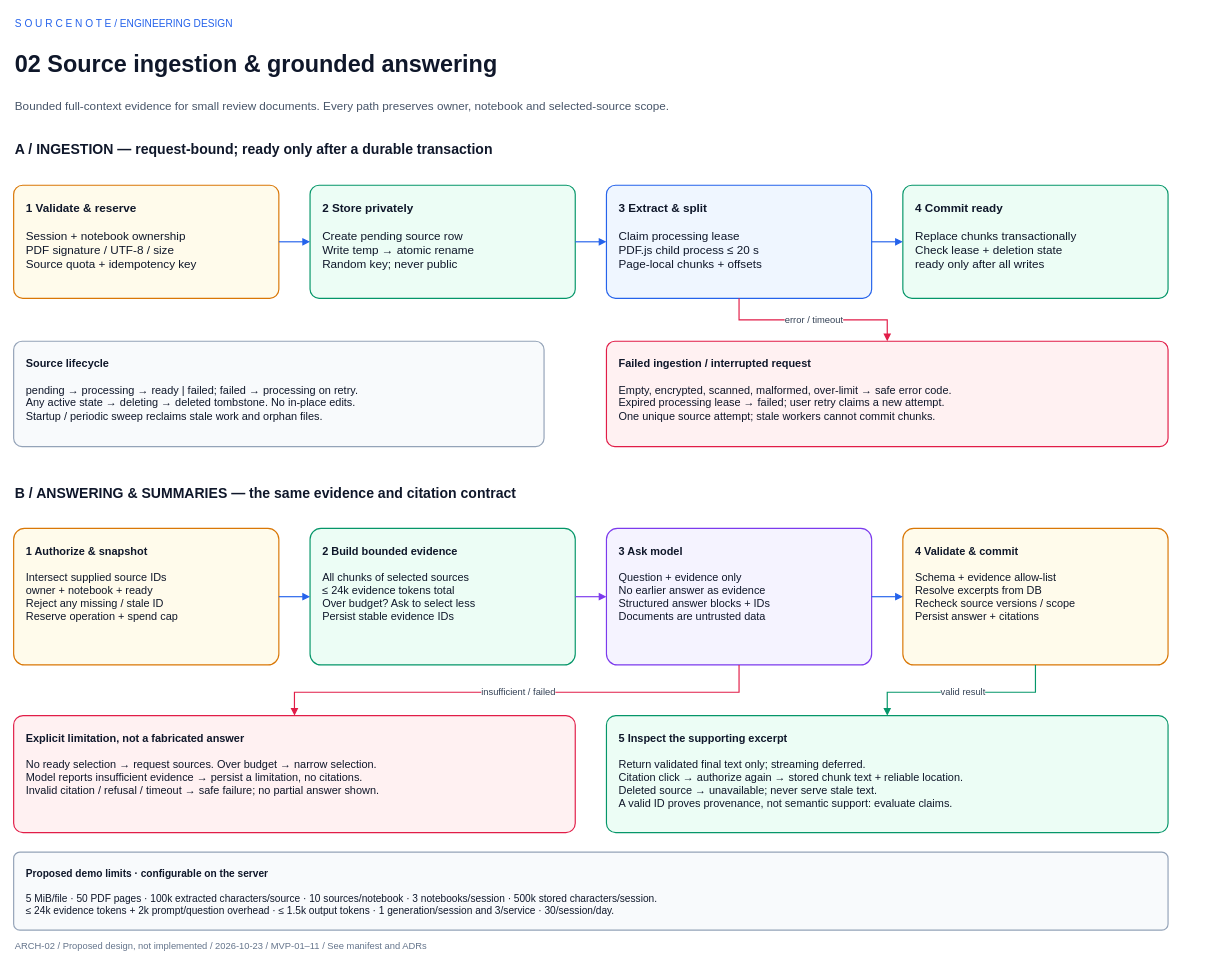
This is page "ARCH-02 | Source ingestion & grounded answering" (2 of 4) of docs/architecture/notebooklm-clone.drawio from jadomer98/sourcenote, a draw.io file, before an edit. Source tidied: cells renumbered, new cells numbered last; positions are measured from the earlier drawing's top-left corner, leaving out a move shared by most shapes. Both pictures are drawn from the tidied source at 78%, with x=0, y=0 at pixel (13, 13).
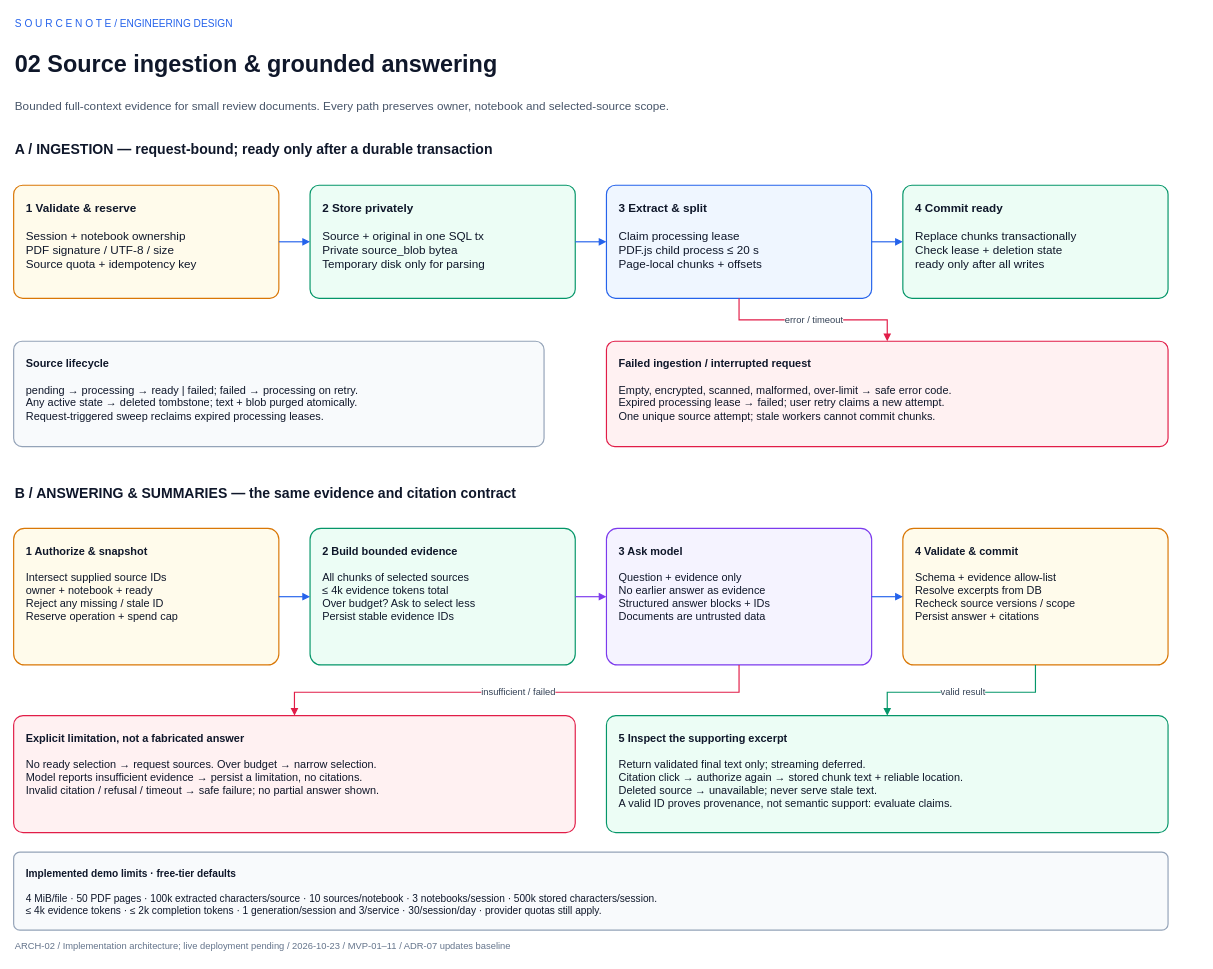
The same page after the edit.

Change to the diagram source:
```diff
@@
-    <mxCell id="5" value="ARCH-02  /  Proposed design, not implemented  /  2026-10-23  /  MVP-01–11  /  See manifest and ADRs" style="text;html=1;strokeColor=none;fillColor=none;align=left;verticalAlign=middle;whiteSpace=wrap;fontFamily=Helvetica;fontSize=12;fontColor=#64748B;fontStyle=0;" parent="1" vertex="1">
+    <mxCell id="5" value="ARCH-02  /  Implementation architecture; live deployment pending  /  2026-10-23  /  MVP-01–11  /  ADR-07 updates baseline" style="text;html=1;strokeColor=none;fillColor=none;align=left;verticalAlign=middle;whiteSpace=wrap;fontFamily=Helvetica;fontSize=12;fontColor=#64748B;fontStyle=0;" parent="1" vertex="1">
       <mxGeometry y="1183" width="1520" height="25" as="geometry" />
     </mxCell>
@@
-    <mxCell id="8" value="&lt;b&gt;2  Store privately&lt;/b&gt;&lt;br&gt;&lt;br&gt;Create pending source row&lt;br&gt;Write temp → atomic rename&lt;br&gt;Random key; never public" style="rounded=1;arcSize=8;html=1;whiteSpace=wrap;fillColor=#ECFDF5;strokeColor=#059669;strokeWidth=1.5;align=left;verticalAlign=top;spacing=16;fontFamily=Helvetica;fontSize=15;fontColor=#0F172A;fontStyle=0;" parent="1" vertex="1">
+    <mxCell id="8" value="&lt;b&gt;2  Store privately&lt;/b&gt;&lt;br&gt;&lt;br&gt;Source + original in one SQL tx&lt;br&gt;Private source_blob bytea&lt;br&gt;Temporary disk only for parsing" style="rounded=1;arcSize=8;html=1;whiteSpace=wrap;fillColor=#ECFDF5;strokeColor=#059669;strokeWidth=1.5;align=left;verticalAlign=top;spacing=16;fontFamily=Helvetica;fontSize=15;fontColor=#0F172A;fontStyle=0;" parent="1" vertex="1">
       <mxGeometry x="380" y="220" width="340" height="145" as="geometry" />
     </mxCell>
@@
-    <mxCell id="15" value="&lt;b&gt;Source lifecycle&lt;/b&gt;&lt;br&gt;&lt;br&gt;pending → processing → ready | failed; failed → processing on retry.&lt;br&gt;Any active state → deleting → deleted tombstone. No in-place edits.&lt;br&gt;Startup / periodic sweep reclaims stale work and orphan files." style="rounded=1;arcSize=8;html=1;whiteSpace=wrap;fillColor=#F8FAFC;strokeColor=#94A3B8;strokeWidth=1.5;align=left;verticalAlign=top;spacing=16;fontFamily=Helvetica;fontSize=14;fontColor=#0F172A;fontStyle=0;" parent="1" vertex="1">
+    <mxCell id="15" value="&lt;b&gt;Source lifecycle&lt;/b&gt;&lt;br&gt;&lt;br&gt;pending → processing → ready | failed; failed → processing on retry.&lt;br&gt;Any active state → deleted tombstone; text + blob purged atomically.&lt;br&gt;Request-triggered sweep reclaims expired processing leases." style="rounded=1;arcSize=8;html=1;whiteSpace=wrap;fillColor=#F8FAFC;strokeColor=#94A3B8;strokeWidth=1.5;align=left;verticalAlign=top;spacing=16;fontFamily=Helvetica;fontSize=14;fontColor=#0F172A;fontStyle=0;" parent="1" vertex="1">
       <mxGeometry y="420" width="680" height="135" as="geometry" />
     </mxCell>
@@
-    <mxCell id="19" value="&lt;b&gt;2  Build bounded evidence&lt;/b&gt;&lt;br&gt;&lt;br&gt;All chunks of selected sources&lt;br&gt;≤ 24k evidence tokens total&lt;br&gt;Over budget? Ask to select less&lt;br&gt;Persist stable evidence IDs" style="rounded=1;arcSize=8;html=1;whiteSpace=wrap;fillColor=#ECFDF5;strokeColor=#059669;strokeWidth=1.5;align=left;verticalAlign=top;spacing=16;fontFamily=Helvetica;fontSize=14;fontColor=#0F172A;fontStyle=0;" parent="1" vertex="1">
+    <mxCell id="19" value="&lt;b&gt;2  Build bounded evidence&lt;/b&gt;&lt;br&gt;&lt;br&gt;All chunks of selected sources&lt;br&gt;≤ 4k evidence tokens total&lt;br&gt;Over budget? Ask to select less&lt;br&gt;Persist stable evidence IDs" style="rounded=1;arcSize=8;html=1;whiteSpace=wrap;fillColor=#ECFDF5;strokeColor=#059669;strokeWidth=1.5;align=left;verticalAlign=top;spacing=16;fontFamily=Helvetica;fontSize=14;fontColor=#0F172A;fontStyle=0;" parent="1" vertex="1">
       <mxGeometry x="380" y="660" width="340" height="175" as="geometry" />
     </mxCell>
@@
-    <mxCell id="29" value="&lt;b&gt;Proposed demo limits · configurable on the server&lt;/b&gt;&lt;br&gt;&lt;br&gt;5 MiB/file · 50 PDF pages · 100k extracted characters/source · 10 sources/notebook · 3 notebooks/session · 500k stored characters/session.&lt;br&gt;≤ 24k evidence tokens + 2k prompt/question overhead · ≤ 1.5k output tokens · 1 generation/session and 3/service · 30/session/day." style="rounded=1;arcSize=8;html=1;whiteSpace=wrap;fillColor=#F8FAFC;strokeColor=#94A3B8;strokeWidth=1.5;align=left;verticalAlign=top;spacing=16;fontFamily=Helvetica;fontSize=13;fontColor=#0F172A;fontStyle=0;" parent="1" vertex="1">
+    <mxCell id="29" value="&lt;b&gt;Implemented demo limits · free-tier defaults&lt;/b&gt;&lt;br&gt;&lt;br&gt;4 MiB/file · 50 PDF pages · 100k extracted characters/source · 10 sources/notebook · 3 notebooks/session · 500k stored characters/session.&lt;br&gt;≤ 4k evidence tokens · ≤ 2k completion tokens · 1 generation/session and 3/service · 30/session/day · provider quotas still apply." style="rounded=1;arcSize=8;html=1;whiteSpace=wrap;fillColor=#F8FAFC;strokeColor=#94A3B8;strokeWidth=1.5;align=left;verticalAlign=top;spacing=16;fontFamily=Helvetica;fontSize=13;fontColor=#0F172A;fontStyle=0;" parent="1" vertex="1">
       <mxGeometry y="1075" width="1480" height="100" as="geometry" />
     </mxCell>
```
